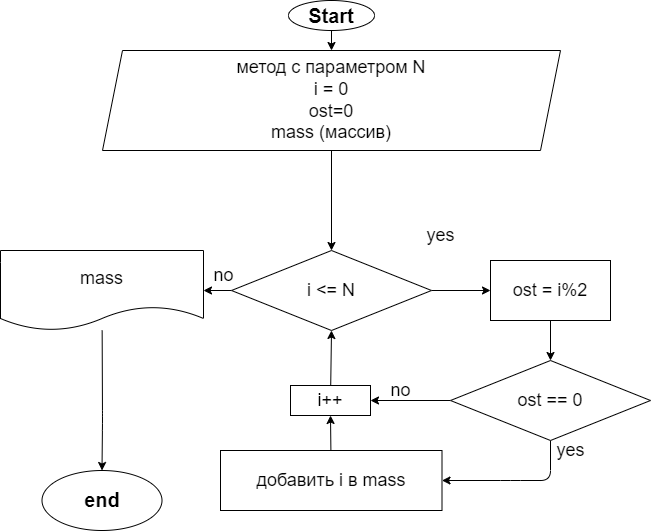
Before: Example012_Task8/algorithm.drawio.png, a diagram exported from draw.io (TayaInakova/C_Sharp). Source tidied: cells renumbered, new cells last; positions are measured from the earlier drawing's top-left corner, leaving out a move shared by most shapes.
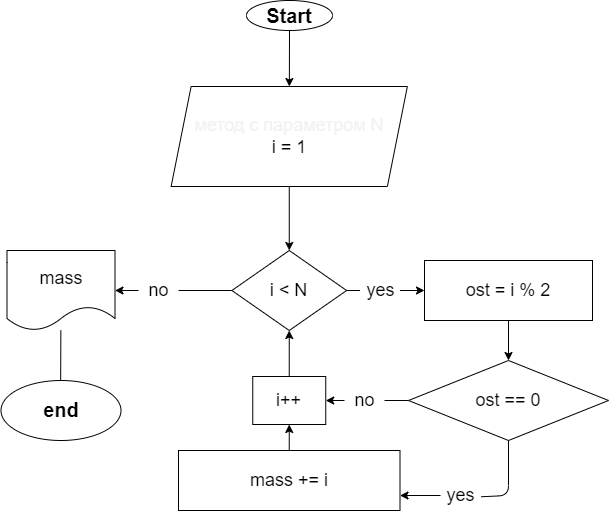
Above is the later version.

Change to the diagram source:
```diff
@@ -11,21 +11,18 @@
     <mxCell id="4" style="edgeStyle=none;html=1;fontSize=18;exitX=0.5;exitY=1;exitDx=0;exitDy=0;" parent="1" edge="1" source="5" target="8">
       <mxGeometry relative="1" as="geometry" />
     </mxCell>
-    <mxCell id="5" value="&lt;font style=&quot;font-size: 18px&quot;&gt;метод с параметром N&lt;br&gt;i = 0&lt;br&gt;ost=0&lt;br&gt;mass (массив)&lt;br&gt;&lt;/font&gt;" style="shape=parallelogram;perimeter=parallelogramPerimeter;whiteSpace=wrap;html=1;fixedSize=1;" parent="1" vertex="1">
-      <mxGeometry x="102" y="50" width="458" height="100" as="geometry" />
+    <mxCell id="5" value="&lt;p style=&quot;font-size: 18px&quot;&gt;&lt;font color=&quot;#f2f2f2&quot;&gt;&lt;font style=&quot;font-size: 18px&quot;&gt;метод с параметром N&lt;br&gt;&lt;/font&gt;&lt;/font&gt;i = 1&lt;font color=&quot;#f2f2f2&quot;&gt;&lt;br&gt;&lt;/font&gt;&lt;/p&gt;" style="shape=parallelogram;perimeter=parallelogramPerimeter;whiteSpace=wrap;html=1;fixedSize=1;" parent="1" vertex="1">
+      <mxGeometry x="212.6" y="86" width="236.2" height="100" as="geometry" />
     </mxCell>
-    <mxCell id="6" style="edgeStyle=none;html=1;fontSize=18;" parent="1" edge="1" source="8" target="11">
+    <mxCell id="6" style="edgeStyle=none;html=1;fontSize=18;startArrow=none;" parent="1" edge="1" source="12" target="11">
       <mxGeometry relative="1" as="geometry" />
     </mxCell>
-    <mxCell id="7" style="edgeStyle=none;html=1;" parent="1" edge="1" source="8" target="24">
+    <mxCell id="7" style="edgeStyle=none;html=1;startArrow=none;" parent="1" edge="1" source="9" target="24">
       <mxGeometry relative="1" as="geometry" />
     </mxCell>
-    <mxCell id="8" value="i &amp;lt;= N" style="rhombus;whiteSpace=wrap;html=1;fontSize=18;" parent="1" vertex="1">
-      <mxGeometry x="231" y="250" width="200" height="80" as="geometry" />
+    <mxCell id="8" value="i &amp;lt; N" style="rhombus;whiteSpace=wrap;html=1;fontSize=18;" parent="1" vertex="1">
+      <mxGeometry x="273.4" y="250" width="114.8" height="80" as="geometry" />
     </mxCell>
-    <mxCell id="9" value="yes" style="text;html=1;align=center;verticalAlign=middle;points=[];strokeColor=none;fillColor=none;fontSize=18;" parent="1" vertex="1">
-      <mxGeometry x="420" y="220" width="40" height="30" as="geometry" />
-    </mxCell>
     <mxCell id="10" style="edgeStyle=none;html=1;fontSize=18;entryX=0.5;entryY=0;entryDx=0;entryDy=0;" parent="1" edge="1" source="11" target="13">
       <mxGeometry relative="1" as="geometry">
         <Array as="points">
@@ -34,51 +31,65 @@
       </mxGeometry>
     </mxCell>
     <mxCell id="11" value="mass" style="shape=document;whiteSpace=wrap;html=1;boundedLbl=1;fontSize=18;" parent="1" vertex="1">
-      <mxGeometry y="250" width="203" height="80" as="geometry" />
+      <mxGeometry x="48.5" y="250" width="108" height="80" as="geometry" />
     </mxCell>
-    <mxCell id="12" value="no" style="text;html=1;align=center;verticalAlign=middle;points=[];strokeColor=none;fillColor=none;fontSize=18;" parent="1" vertex="1">
-      <mxGeometry x="203" y="260" width="40" height="30" as="geometry" />
-    </mxCell>
     <mxCell id="13" value="&lt;font style=&quot;font-size: 20px&quot;&gt;&lt;b&gt;end&lt;/b&gt;&lt;/font&gt;" style="ellipse;whiteSpace=wrap;html=1;fontSize=18;" parent="1" vertex="1">
-      <mxGeometry x="41.5" y="470" width="120" height="60" as="geometry" />
+      <mxGeometry x="42.5" y="380" width="120" height="60" as="geometry" />
     </mxCell>
-    <mxCell id="14" style="edgeStyle=none;html=1;entryX=1;entryY=0.5;entryDx=0;entryDy=0;fontSize=18;" parent="1" edge="1" source="16" target="18">
+    <mxCell id="14" style="edgeStyle=none;html=1;entryX=1;entryY=0.5;entryDx=0;entryDy=0;fontSize=18;startArrow=none;" parent="1" edge="1" source="19" target="18">
       <mxGeometry relative="1" as="geometry" />
     </mxCell>
-    <mxCell id="15" style="edgeStyle=none;html=1;fontSize=18;entryX=1;entryY=0.5;entryDx=0;entryDy=0;" parent="1" edge="1" source="16" target="21">
-      <mxGeometry relative="1" as="geometry">
-        <Array as="points">
-          <mxPoint x="550" y="480" />
-          <mxPoint x="510" y="480" />
-        </Array>
-      </mxGeometry>
-    </mxCell>
+    <mxCell id="25" style="edgeStyle=none;html=1;entryX=1;entryY=0.75;entryDx=0;entryDy=0;fontFamily=Helvetica;fontSize=18;fontColor=#F2F2F2;startArrow=none;" parent="1" edge="1" source="22" target="21">
+      <mxGeometry relative="1" as="geometry" />
+    </mxCell>
     <mxCell id="16" value="&lt;span style=&quot;font-size: 18px&quot;&gt;ost == 0&lt;br&gt;&lt;/span&gt;" style="rhombus;whiteSpace=wrap;html=1;" parent="1" vertex="1">
       <mxGeometry x="450" y="360" width="200" height="80" as="geometry" />
     </mxCell>
     <mxCell id="17" style="edgeStyle=none;html=1;entryX=0.5;entryY=1;entryDx=0;entryDy=0;fontSize=18;" parent="1" edge="1" source="18" target="8">
       <mxGeometry relative="1" as="geometry" />
     </mxCell>
-    <mxCell id="18" value="&lt;font style=&quot;font-size: 18px&quot;&gt;i++&lt;/font&gt;" style="rounded=0;whiteSpace=wrap;html=1;" parent="1" vertex="1">
-      <mxGeometry x="290" y="385" width="80" height="30" as="geometry" />
+    <mxCell id="18" value="&lt;font style=&quot;font-size: 18px&quot;&gt;i++&lt;br&gt;&lt;/font&gt;" style="rounded=0;whiteSpace=wrap;html=1;" parent="1" vertex="1">
+      <mxGeometry x="294.2" y="376" width="73" height="48" as="geometry" />
     </mxCell>
-    <mxCell id="19" value="no" style="text;html=1;align=center;verticalAlign=middle;points=[];strokeColor=none;fillColor=none;fontSize=18;" parent="1" vertex="1">
-      <mxGeometry x="380" y="375" width="40" height="30" as="geometry" />
-    </mxCell>
     <mxCell id="20" style="edgeStyle=none;html=1;entryX=0.5;entryY=1;entryDx=0;entryDy=0;fontSize=18;" parent="1" edge="1" source="21" target="18">
       <mxGeometry relative="1" as="geometry" />
     </mxCell>
-    <mxCell id="21" value="добавить i в mass" style="rounded=0;whiteSpace=wrap;html=1;fontSize=18;" parent="1" vertex="1">
+    <mxCell id="21" value="mass += i" style="rounded=0;whiteSpace=wrap;html=1;fontSize=18;" parent="1" vertex="1">
       <mxGeometry x="220" y="450" width="221.5" height="60" as="geometry" />
     </mxCell>
-    <mxCell id="22" value="yes" style="text;html=1;align=center;verticalAlign=middle;points=[];strokeColor=none;fillColor=none;fontSize=18;" parent="1" vertex="1">
-      <mxGeometry x="550" y="435" width="40" height="30" as="geometry" />
-    </mxCell>
     <mxCell id="23" style="edgeStyle=none;html=1;entryX=0.5;entryY=0;entryDx=0;entryDy=0;fontSize=18;" parent="1" edge="1" source="24" target="16">
       <mxGeometry relative="1" as="geometry" />
     </mxCell>
-    <mxCell id="24" value="&lt;span style=&quot;font-size: 18px&quot;&gt;ost = i%2&lt;br&gt;&lt;/span&gt;" style="rounded=0;whiteSpace=wrap;html=1;" parent="1" vertex="1">
-      <mxGeometry x="490" y="260" width="120" height="60" as="geometry" />
+    <mxCell id="24" value="&lt;span style=&quot;font-size: 18px&quot;&gt;ost = i % 2&lt;br&gt;&lt;/span&gt;" style="rounded=0;whiteSpace=wrap;html=1;" parent="1" vertex="1">
+      <mxGeometry x="466" y="260" width="168" height="60" as="geometry" />
     </mxCell>
+    <mxCell id="12" value="no" style="text;html=1;align=center;verticalAlign=middle;points=[];strokeColor=none;fillColor=none;fontSize=18;" parent="1" vertex="1">
+      <mxGeometry x="180" y="275" width="40" height="30" as="geometry" />
+    </mxCell>
+    <mxCell id="26" style="edgeStyle=none;html=1;fontSize=18;endArrow=none;" parent="1" edge="1" source="8" target="12">
+      <mxGeometry relative="1" as="geometry" />
+    </mxCell>
+    <mxCell id="9" value="yes" style="text;html=1;align=center;verticalAlign=middle;points=[];strokeColor=none;fillColor=none;fontSize=18;" parent="1" vertex="1">
+      <mxGeometry x="401.5" y="275" width="40" height="30" as="geometry" />
+    </mxCell>
+    <mxCell id="27" style="edgeStyle=none;html=1;endArrow=none;" parent="1" edge="1" source="8" target="9">
+      <mxGeometry relative="1" as="geometry" />
+    </mxCell>
+    <mxCell id="19" value="no" style="text;html=1;align=center;verticalAlign=middle;points=[];strokeColor=none;fillColor=none;fontSize=18;" parent="1" vertex="1">
+      <mxGeometry x="386" y="385" width="40" height="30" as="geometry" />
+    </mxCell>
+    <mxCell id="28" style="edgeStyle=none;html=1;entryX=1;entryY=0.5;entryDx=0;entryDy=0;fontSize=18;endArrow=none;" parent="1" edge="1" source="16" target="19">
+      <mxGeometry relative="1" as="geometry" />
+    </mxCell>
+    <mxCell id="22" value="yes" style="text;html=1;align=center;verticalAlign=middle;points=[];strokeColor=none;fillColor=none;fontSize=18;" parent="1" vertex="1">
+      <mxGeometry x="482" y="480" width="40" height="30" as="geometry" />
+    </mxCell>
+    <mxCell id="29" style="edgeStyle=none;html=1;entryX=1.02;entryY=0.541;entryDx=0;entryDy=0;fontFamily=Helvetica;fontSize=18;fontColor=#F2F2F2;endArrow=none;entryPerimeter=0;" parent="1" edge="1" source="16" target="22">
+      <mxGeometry relative="1" as="geometry">
+        <Array as="points">
+          <mxPoint x="550" y="495" />
+        </Array>
+      </mxGeometry>
+    </mxCell>
   </root>
 </mxGraphModel>
```
